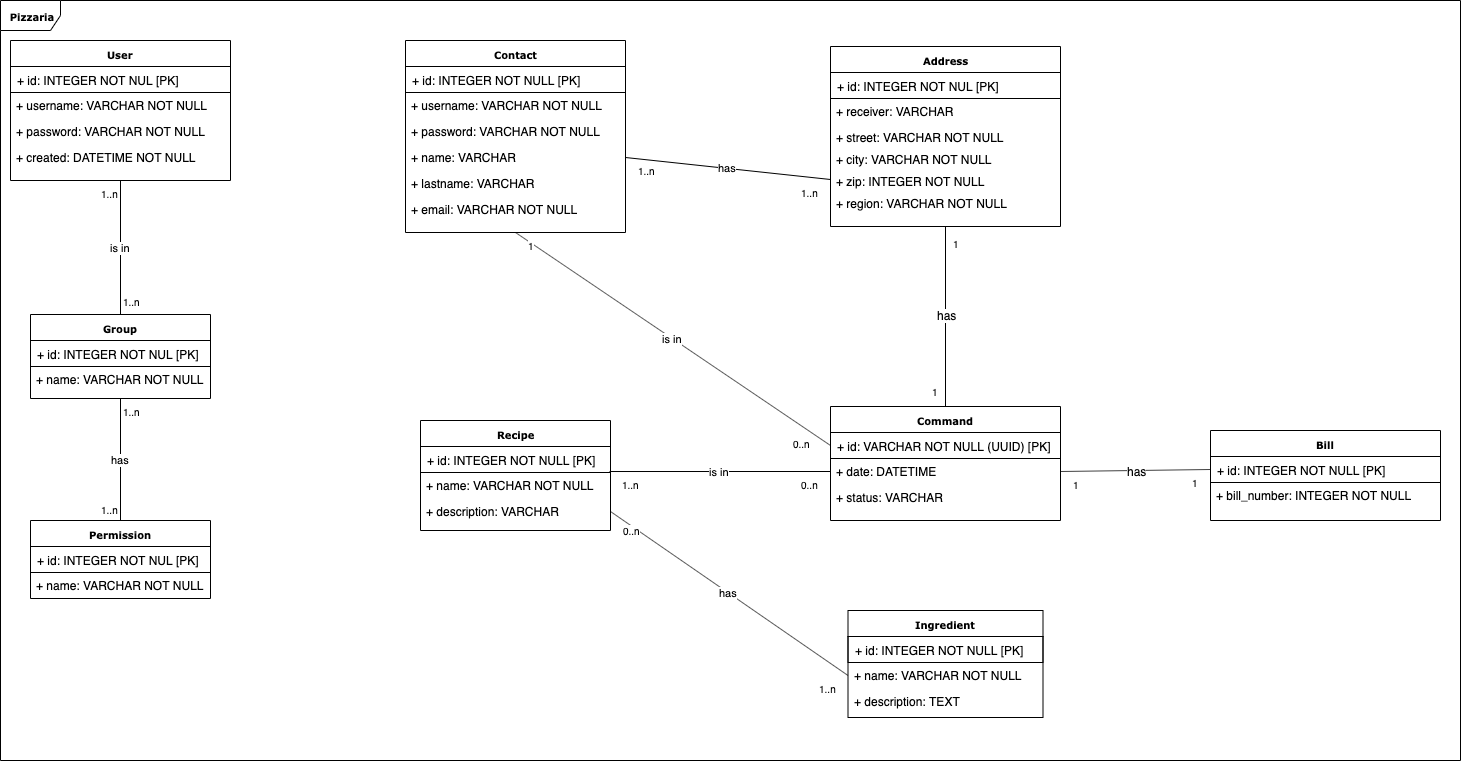
The draw.io diagram docs/class diagram pizzeria.png in ritchy7/cosotespi, before a commit. Source tidied: cells renumbered, new cells last; positions are measured from the earlier drawing's top-left corner, leaving out a move shared by most shapes.
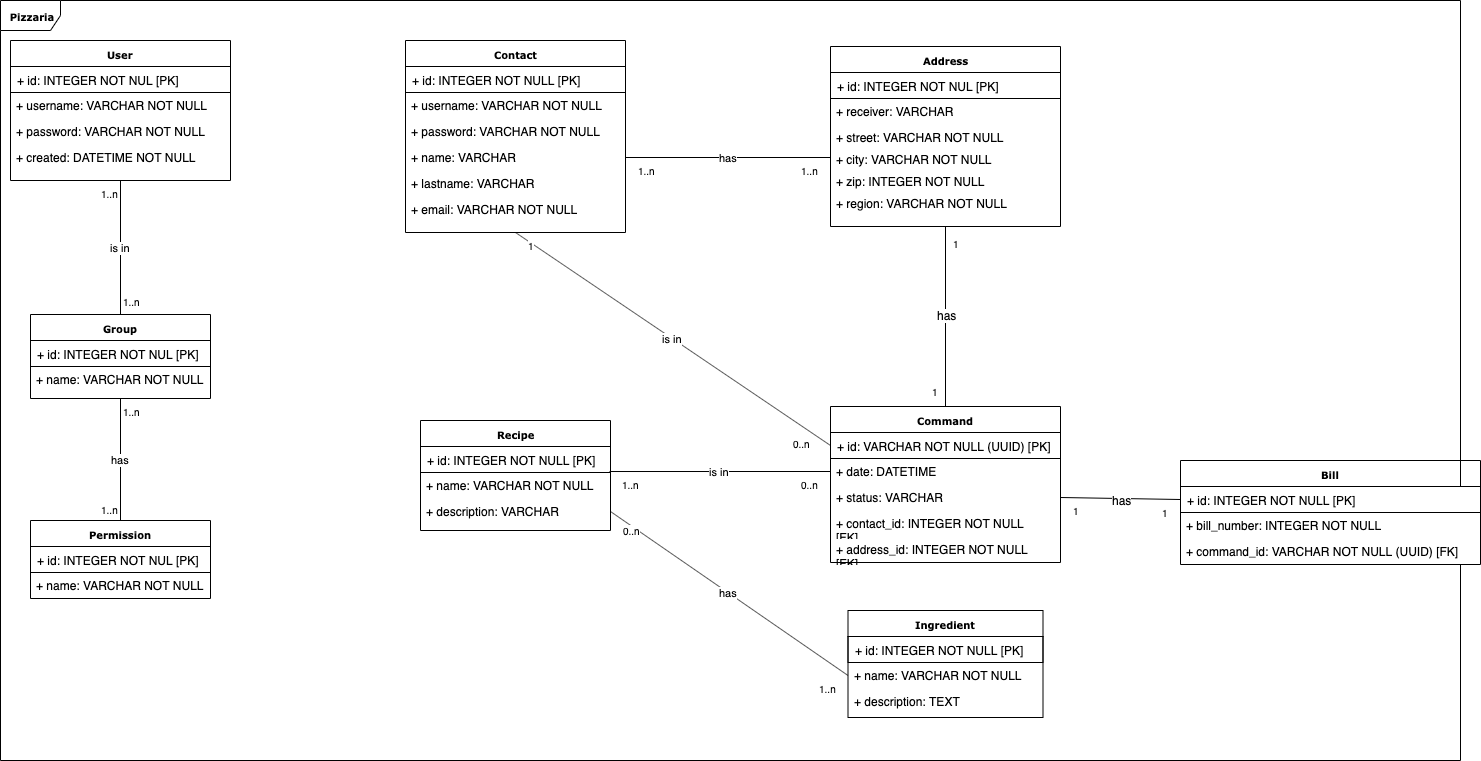
After the commit.

The edit, as a diff of the source:
```diff
@@ -6,7 +6,7 @@
       <mxGeometry width="1460" height="760" as="geometry" />
     </mxCell>
     <mxCell id="3" value="&lt;b&gt;Command&lt;/b&gt;" style="swimlane;html=1;fontStyle=0;horizontal=1;startSize=26;fillColor=none;swimlaneFillColor=#ffffff;rounded=0;shadow=0;comic=0;labelBackgroundColor=none;strokeColor=#000000;strokeWidth=1;fontFamily=Verdana;fontSize=10;fontColor=#000000;align=center;" parent="1" vertex="1">
-      <mxGeometry x="830" y="406" width="230" height="114" as="geometry" />
+      <mxGeometry x="830" y="406" width="230" height="156" as="geometry" />
     </mxCell>
     <mxCell id="4" value="+ id: VARCHAR NOT NULL (UUID) [PK]" style="text;html=1;strokeColor=#000000;fillColor=none;align=left;verticalAlign=top;spacingLeft=4;spacingRight=4;whiteSpace=wrap;overflow=hidden;points=[[0,0.5],[1,0.5]];portConstraint=eastwest;" parent="3" vertex="1">
       <mxGeometry y="26" width="230" height="26" as="geometry" />
@@ -17,6 +17,12 @@
     <mxCell id="6" value="+ status: VARCHAR" style="text;html=1;strokeColor=none;fillColor=none;align=left;verticalAlign=top;spacingLeft=4;spacingRight=4;whiteSpace=wrap;overflow=hidden;points=[[0,0.5],[1,0.5]];portConstraint=eastwest;" parent="3" vertex="1">
       <mxGeometry y="78" width="230" height="26" as="geometry" />
     </mxCell>
+    <mxCell id="69" value="+ contact_id: INTEGER NOT NULL [FK]" style="text;html=1;strokeColor=none;fillColor=none;align=left;verticalAlign=top;spacingLeft=4;spacingRight=4;whiteSpace=wrap;overflow=hidden;" parent="3" vertex="1">
+      <mxGeometry y="104" width="230" height="26" as="geometry" />
+    </mxCell>
+    <mxCell id="70" value="+ address_id: INTEGER NOT NULL [FK]" style="text;html=1;strokeColor=none;fillColor=none;align=left;verticalAlign=top;spacingLeft=4;spacingRight=4;whiteSpace=wrap;overflow=hidden;" parent="3" vertex="1">
+      <mxGeometry y="130" width="230" height="26" as="geometry" />
+    </mxCell>
     <mxCell id="7" value="&lt;b&gt;Recipe&lt;/b&gt;" style="swimlane;html=1;fontStyle=0;horizontal=1;startSize=26;fillColor=none;swimlaneFillColor=#ffffff;rounded=0;shadow=0;comic=0;labelBackgroundColor=none;strokeColor=#000000;strokeWidth=1;fontFamily=Verdana;fontSize=10;fontColor=#000000;align=center;" parent="1" vertex="1">
       <mxGeometry x="420" y="420" width="190" height="110" as="geometry" />
     </mxCell>
@@ -117,14 +123,17 @@
       <mxGeometry y="144" width="230" height="22" as="geometry" />
     </mxCell>
     <mxCell id="40" value="&lt;b&gt;Bill&lt;/b&gt;" style="swimlane;html=1;fontStyle=0;horizontal=1;startSize=26;fillColor=none;swimlaneFillColor=#ffffff;rounded=0;shadow=0;comic=0;labelBackgroundColor=none;strokeColor=#000000;strokeWidth=1;fontFamily=Verdana;fontSize=10;fontColor=#000000;align=center;" parent="1" vertex="1">
-      <mxGeometry x="1210" y="430" width="230" height="90" as="geometry" />
+      <mxGeometry x="1180" y="460" width="300" height="104" as="geometry" />
     </mxCell>
     <mxCell id="41" value="+ id: INTEGER NOT NULL [PK]" style="text;html=1;strokeColor=#000000;fillColor=none;align=left;verticalAlign=top;spacingLeft=4;spacingRight=4;whiteSpace=wrap;overflow=hidden;points=[[0,0.5],[1,0.5]];portConstraint=eastwest;" parent="40" vertex="1">
-      <mxGeometry y="26" width="230" height="26" as="geometry" />
+      <mxGeometry y="26" width="300" height="26" as="geometry" />
     </mxCell>
     <mxCell id="42" value="+ bill_number: INTEGER NOT NULL" style="text;html=1;strokeColor=none;fillColor=none;align=left;verticalAlign=top;spacingLeft=4;spacingRight=4;whiteSpace=wrap;overflow=hidden;" parent="40" vertex="1">
-      <mxGeometry y="52" width="230" height="26" as="geometry" />
+      <mxGeometry y="52" width="300" height="26" as="geometry" />
     </mxCell>
+    <mxCell id="71" value="+ command_id: VARCHAR NOT NULL (UUID) [FK]" style="text;html=1;strokeColor=none;fillColor=none;align=left;verticalAlign=top;spacingLeft=4;spacingRight=4;whiteSpace=wrap;overflow=hidden;" parent="40" vertex="1">
+      <mxGeometry y="78" width="300" height="26" as="geometry" />
+    </mxCell>
     <mxCell id="43" value="is in" style="endArrow=none;html=1;endSize=12;startArrow=none;startSize=14;startFill=0;endFill=0;entryX=0.5;entryY=1;entryDx=0;entryDy=0;" parent="1" edge="1" source="27" target="22">
       <mxGeometry relative="1" as="geometry" />
     </mxCell>
@@ -160,7 +169,7 @@
         <mxPoint x="275" y="198" as="offset" />
       </mxGeometry>
     </mxCell>
-    <mxCell id="52" value="has" style="endArrow=none;html=1;endSize=12;startArrow=none;startSize=14;startFill=0;endFill=0;exitX=1;exitY=0.5;exitDx=0;exitDy=0;entryX=0;entryY=0.5;entryDx=0;entryDy=0;" parent="1" edge="1" source="15" target="38">
+    <mxCell id="52" value="has" style="endArrow=none;html=1;endSize=12;startArrow=none;startSize=14;startFill=0;endFill=0;exitX=1;exitY=0.5;exitDx=0;exitDy=0;entryX=0;entryY=0.5;entryDx=0;entryDy=0;" parent="1" edge="1" source="15" target="37">
       <mxGeometry relative="1" as="geometry" />
     </mxCell>
     <mxCell id="53" value="1..n" style="html=1;align=left;verticalAlign=top;labelBackgroundColor=#ffffff;fontSize=10;" parent="52" vertex="1">
@@ -215,7 +224,7 @@
         <mxPoint x="-10" as="offset" />
       </mxGeometry>
     </mxCell>
-    <mxCell id="65" style="endArrow=none;html=1;endSize=12;startArrow=none;startSize=14;startFill=0;endFill=0;exitX=1;exitY=0.5;exitDx=0;exitDy=0;entryX=0;entryY=0.5;entryDx=0;entryDy=0;" parent="1" edge="1" source="5" target="41">
+    <mxCell id="65" style="endArrow=none;html=1;endSize=12;startArrow=none;startSize=14;startFill=0;endFill=0;exitX=1;exitY=0.5;exitDx=0;exitDy=0;entryX=0;entryY=0.5;entryDx=0;entryDy=0;" parent="1" edge="1" source="6" target="41">
       <mxGeometry relative="1" as="geometry" />
     </mxCell>
     <mxCell id="66" value="1" style="html=1;align=left;verticalAlign=top;labelBackgroundColor=#ffffff;fontSize=10;" parent="65" vertex="1">
```
